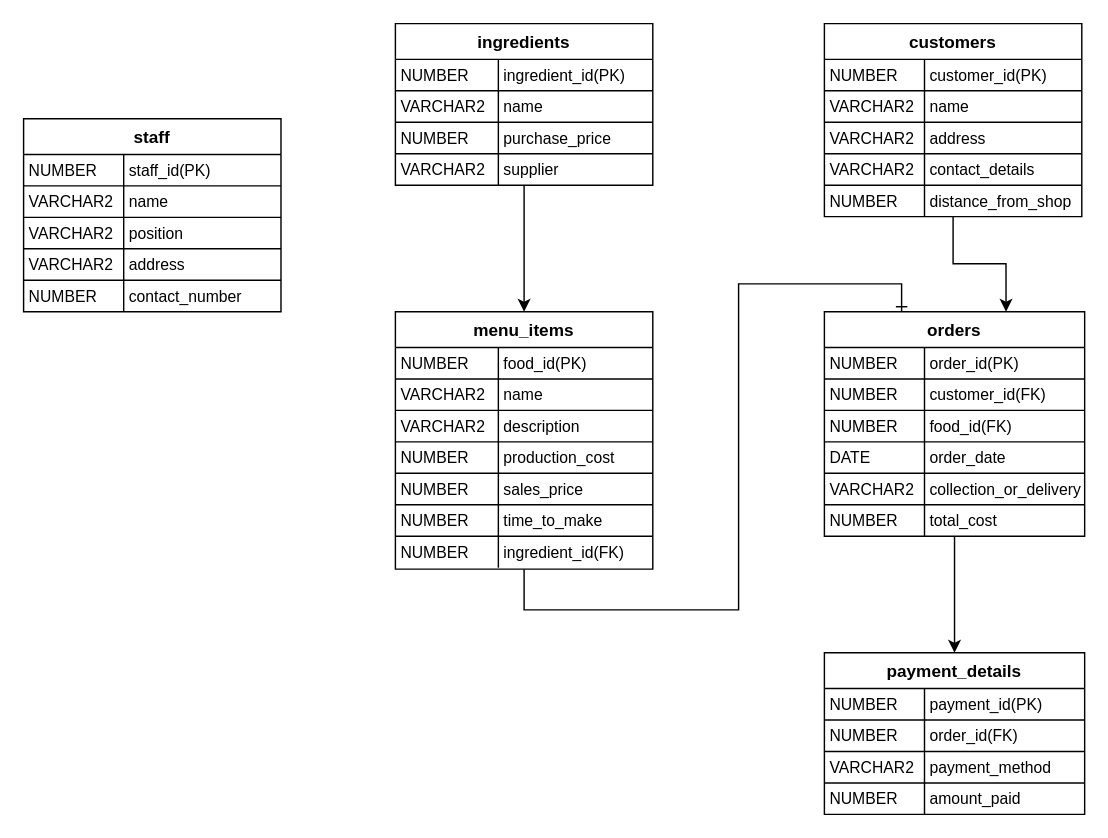
Earlier version of the draw.io diagram Essays/Untitled Diagram.drawio (jlforem/USW). Source tidied: cells renumbered, new cells numbered last; positions are measured from the earlier drawing's top-left corner, leaving out a move shared by most shapes. Both pictures are drawn from the tidied source at 143%, with x=0, y=0 at pixel (23, 23).
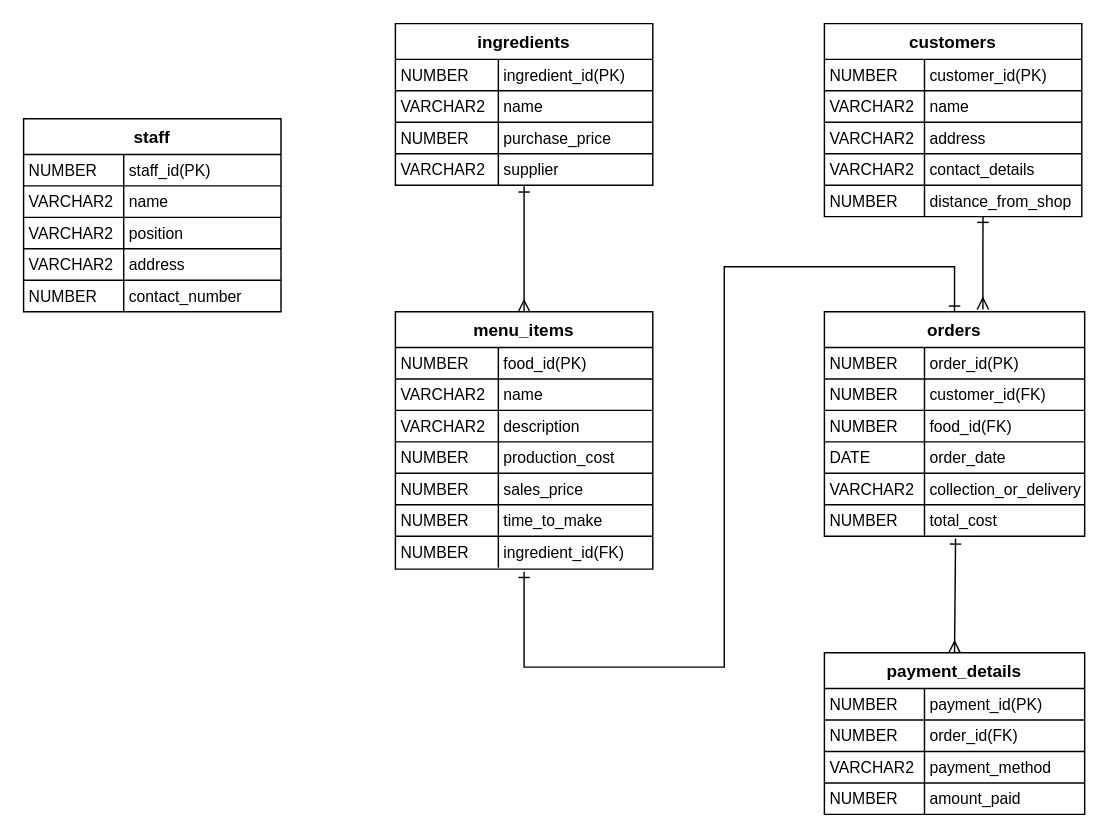
The same diagram, later.

The change refers to these unchanged cells:
```xml
<mxCell id="19" value="ingredients" style="shape=table;startSize=25;childLayout=tableLayout;rowLines=1;fontStyle=1;align=center;" parent="1" vertex="1">
  <mxGeometry x="260" width="180" height="113" as="geometry" />
</mxCell>
<mxCell id="29" style="shape=tableRow;horizontal=0;startSize=0;swimlaneHead=0;swimlaneBody=0;fillColor=none;points=[[0,0.5],[1,0.5]];portConstraint=eastwest;top=0;left=0;right=0;bottom=0;" parent="19" vertex="1">
  <mxGeometry y="91" width="180" height="22" as="geometry" />
</mxCell>
<mxCell id="33" value="menu_items" style="shape=table;startSize=25;childLayout=tableLayout;rowLines=1;fontStyle=1;align=center;" parent="1" vertex="1">
  <mxGeometry x="260" y="201.5" width="180" height="180" as="geometry" />
</mxCell>
<mxCell id="52" style="shape=tableRow;horizontal=0;startSize=0;swimlaneHead=0;swimlaneBody=0;fillColor=none;points=[[0,0.5],[1,0.5]];portConstraint=eastwest;top=0;left=0;right=0;bottom=0;" parent="33" vertex="1">
  <mxGeometry y="157" width="180" height="22" as="geometry" />
</mxCell>
<mxCell id="55" value="customers" style="shape=table;startSize=25;childLayout=tableLayout;rowLines=1;fontStyle=1;align=center;" parent="1" vertex="1">
  <mxGeometry x="560" width="180" height="135" as="geometry" />
</mxCell>
<mxCell id="68" style="shape=tableRow;horizontal=0;startSize=0;swimlaneHead=0;swimlaneBody=0;fillColor=none;points=[[0,0.5],[1,0.5]];portConstraint=eastwest;top=0;left=0;right=0;bottom=0;" parent="55" vertex="1">
  <mxGeometry y="113" width="180" height="22" as="geometry" />
</mxCell>
<mxCell id="72" value="orders" style="shape=table;startSize=25;childLayout=tableLayout;rowLines=1;fontStyle=1;align=center;" parent="1" vertex="1">
  <mxGeometry x="560" y="201.5" width="182" height="157" as="geometry" />
</mxCell>
<mxCell id="88" style="shape=tableRow;horizontal=0;startSize=0;swimlaneHead=0;swimlaneBody=0;fillColor=none;points=[[0,0.5],[1,0.5]];portConstraint=eastwest;top=0;left=0;right=0;bottom=0;" parent="72" vertex="1">
  <mxGeometry y="135" width="182" height="22" as="geometry" />
</mxCell>
<mxCell id="91" value="payment_details" style="shape=table;startSize=25;childLayout=tableLayout;rowLines=1;fontStyle=1;align=center;" parent="1" vertex="1">
  <mxGeometry x="560" y="440" width="182" height="113" as="geometry" />
</mxCell>
```

What changed in the source:
```diff
@@
-    <mxCell id="18" style="edgeStyle=orthogonalEdgeStyle;rounded=0;jettySize=auto;html=1;entryX=0.5;entryY=0;entryDx=0;entryDy=0;" parent="1" edge="1" source="19" target="33">
-      <mxGeometry relative="1" as="geometry" />
-    </mxCell>
@@
-    <mxCell id="32" style="edgeStyle=orthogonalEdgeStyle;rounded=0;jettySize=auto;html=1;curved=0;endArrow=ERone;endFill=0;" parent="1" edge="1" source="33">
-      <mxGeometry relative="1" as="geometry">
-        <mxPoint x="614" y="202" as="targetPoint" />
-        <Array as="points">
-          <mxPoint x="350" y="410" />
-          <mxPoint x="500" y="410" />
-          <mxPoint x="500" y="182" />
-          <mxPoint x="614" y="182" />
-        </Array>
-      </mxGeometry>
-    </mxCell>
@@
-    <mxCell id="71" style="edgeStyle=orthogonalEdgeStyle;rounded=0;jettySize=auto;html=1;entryX=0.5;entryY=0;entryDx=0;entryDy=0;" parent="1" edge="1" source="72" target="91">
-      <mxGeometry relative="1" as="geometry" />
-    </mxCell>
@@
-    <mxCell id="104" style="edgeStyle=orthogonalEdgeStyle;rounded=0;jettySize=auto;html=1;entryX=0.698;entryY=0;entryDx=0;entryDy=0;entryPerimeter=0;" parent="1" edge="1" source="55" target="72">
-      <mxGeometry relative="1" as="geometry">
-        <Array as="points">
-          <mxPoint x="650" y="168" />
-          <mxPoint x="687" y="168" />
-        </Array>
-      </mxGeometry>
-    </mxCell>
+    <mxCell id="105" style="endArrow=ERone;html=1;rounded=0;entryX=0.5;entryY=1.129;entryDx=0;entryDy=0;entryPerimeter=0;exitX=0.5;exitY=0;exitDx=0;exitDy=0;startArrow=ERone;startFill=0;endFill=0;" parent="1" edge="1" source="72" target="52">
+      <mxGeometry relative="1" as="geometry">
+        <Array as="points">
+          <mxPoint x="651" y="170" />
+          <mxPoint x="580" y="170" />
+          <mxPoint x="490" y="170" />
+          <mxPoint x="490" y="450" />
+          <mxPoint x="350" y="450" />
+        </Array>
+      </mxGeometry>
+    </mxCell>
+    <mxCell id="106" style="endArrow=ERone;html=1;rounded=0;entryX=0.504;entryY=1.068;entryDx=0;entryDy=0;entryPerimeter=0;exitX=0.5;exitY=0;exitDx=0;exitDy=0;startArrow=ERmany;startFill=0;endFill=0;" parent="1" edge="1" source="91" target="88">
+      <mxGeometry relative="1" as="geometry" />
+    </mxCell>
+    <mxCell id="107" style="endArrow=ERone;html=1;rounded=0;entryX=0.616;entryY=1;entryDx=0;entryDy=0;entryPerimeter=0;startArrow=ERmany;startFill=0;endFill=0;exitX=0.609;exitY=-0.01;exitDx=0;exitDy=0;exitPerimeter=0;" parent="1" edge="1" source="72" target="68">
+      <mxGeometry relative="1" as="geometry" />
+    </mxCell>
+    <mxCell id="108" style="endArrow=ERone;html=1;rounded=0;startArrow=ERmany;startFill=0;endFill=0;exitX=0.5;exitY=0;exitDx=0;exitDy=0;entryX=0.5;entryY=1.036;entryDx=0;entryDy=0;entryPerimeter=0;" parent="1" edge="1" source="33" target="29">
+      <mxGeometry relative="1" as="geometry" />
+    </mxCell>
```
